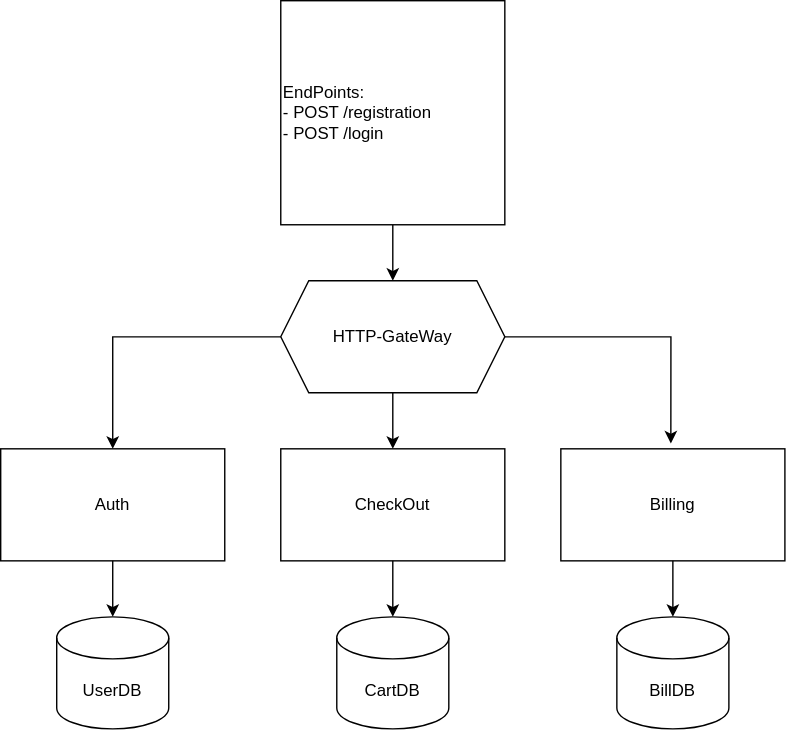
offluck/shopper keeps this draw.io diagram as documents/arch.drawio.svg. Above is the earlier version. Source tidied: cells renumbered, new cells last; positions are measured from the earlier drawing's top-left corner, leaving out a move shared by most shapes.
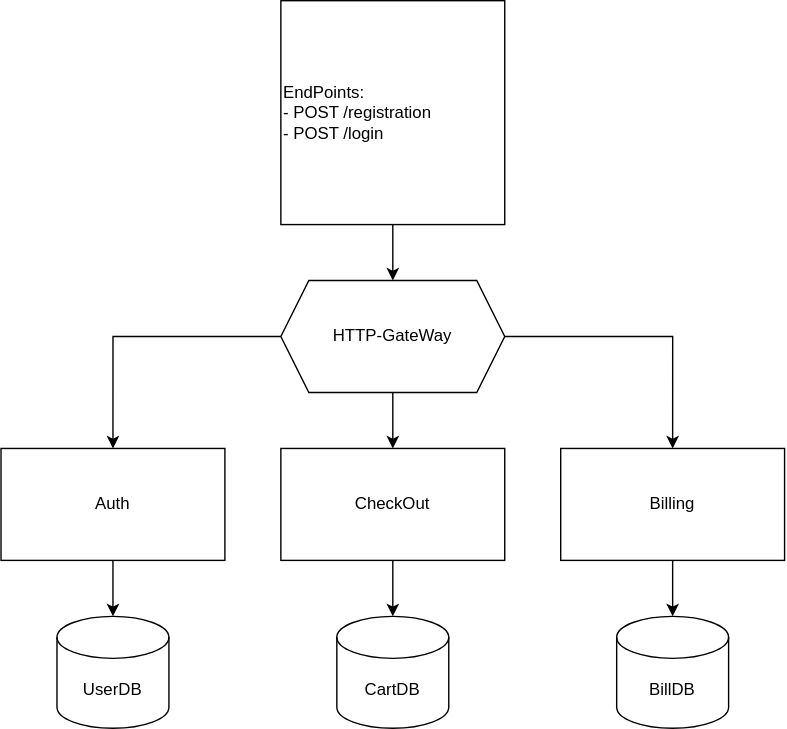
The same file after the commit.

The edit, as a diff of the source:
```diff
@@ -44,7 +44,7 @@
     <mxCell id="15" value="HTTP-GateWay" style="shape=hexagon;perimeter=hexagonPerimeter2;whiteSpace=wrap;html=1;fixedSize=1;" parent="1" vertex="1">
       <mxGeometry x="200" y="200" width="160" height="80" as="geometry" />
     </mxCell>
-    <mxCell id="16" style="edgeStyle=orthogonalEdgeStyle;rounded=0;jettySize=auto;html=1;entryX=0.491;entryY=-0.047;entryDx=0;entryDy=0;entryPerimeter=0;" parent="1" edge="1" source="15" target="10">
+    <mxCell id="16" style="edgeStyle=orthogonalEdgeStyle;rounded=0;jettySize=auto;html=1;entryX=0.5;entryY=0;entryDx=0;entryDy=0;" parent="1" edge="1" source="15" target="10">
       <mxGeometry relative="1" as="geometry" />
     </mxCell>
   </root>
```
